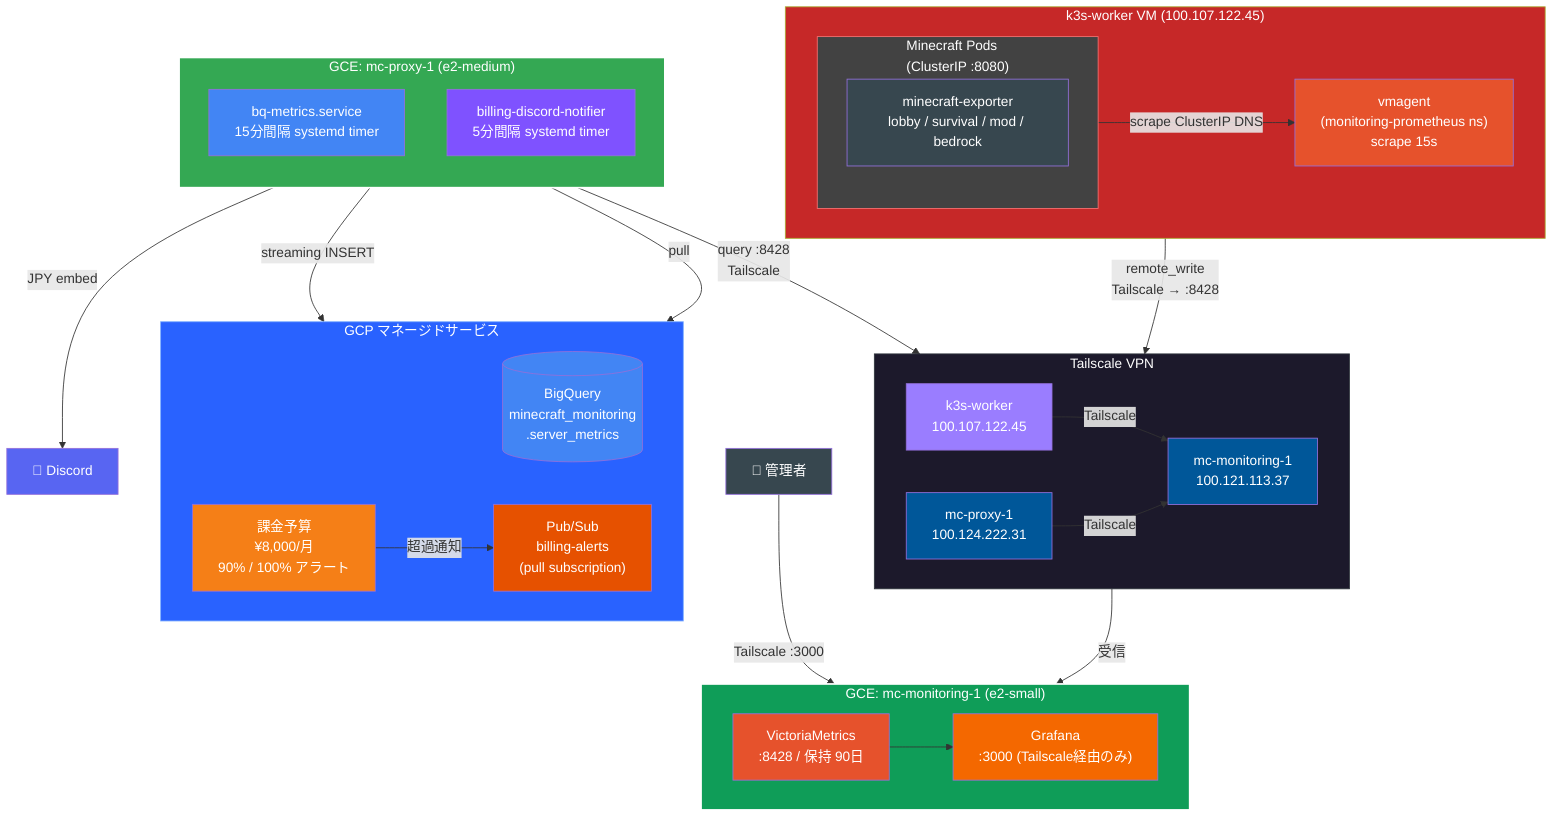
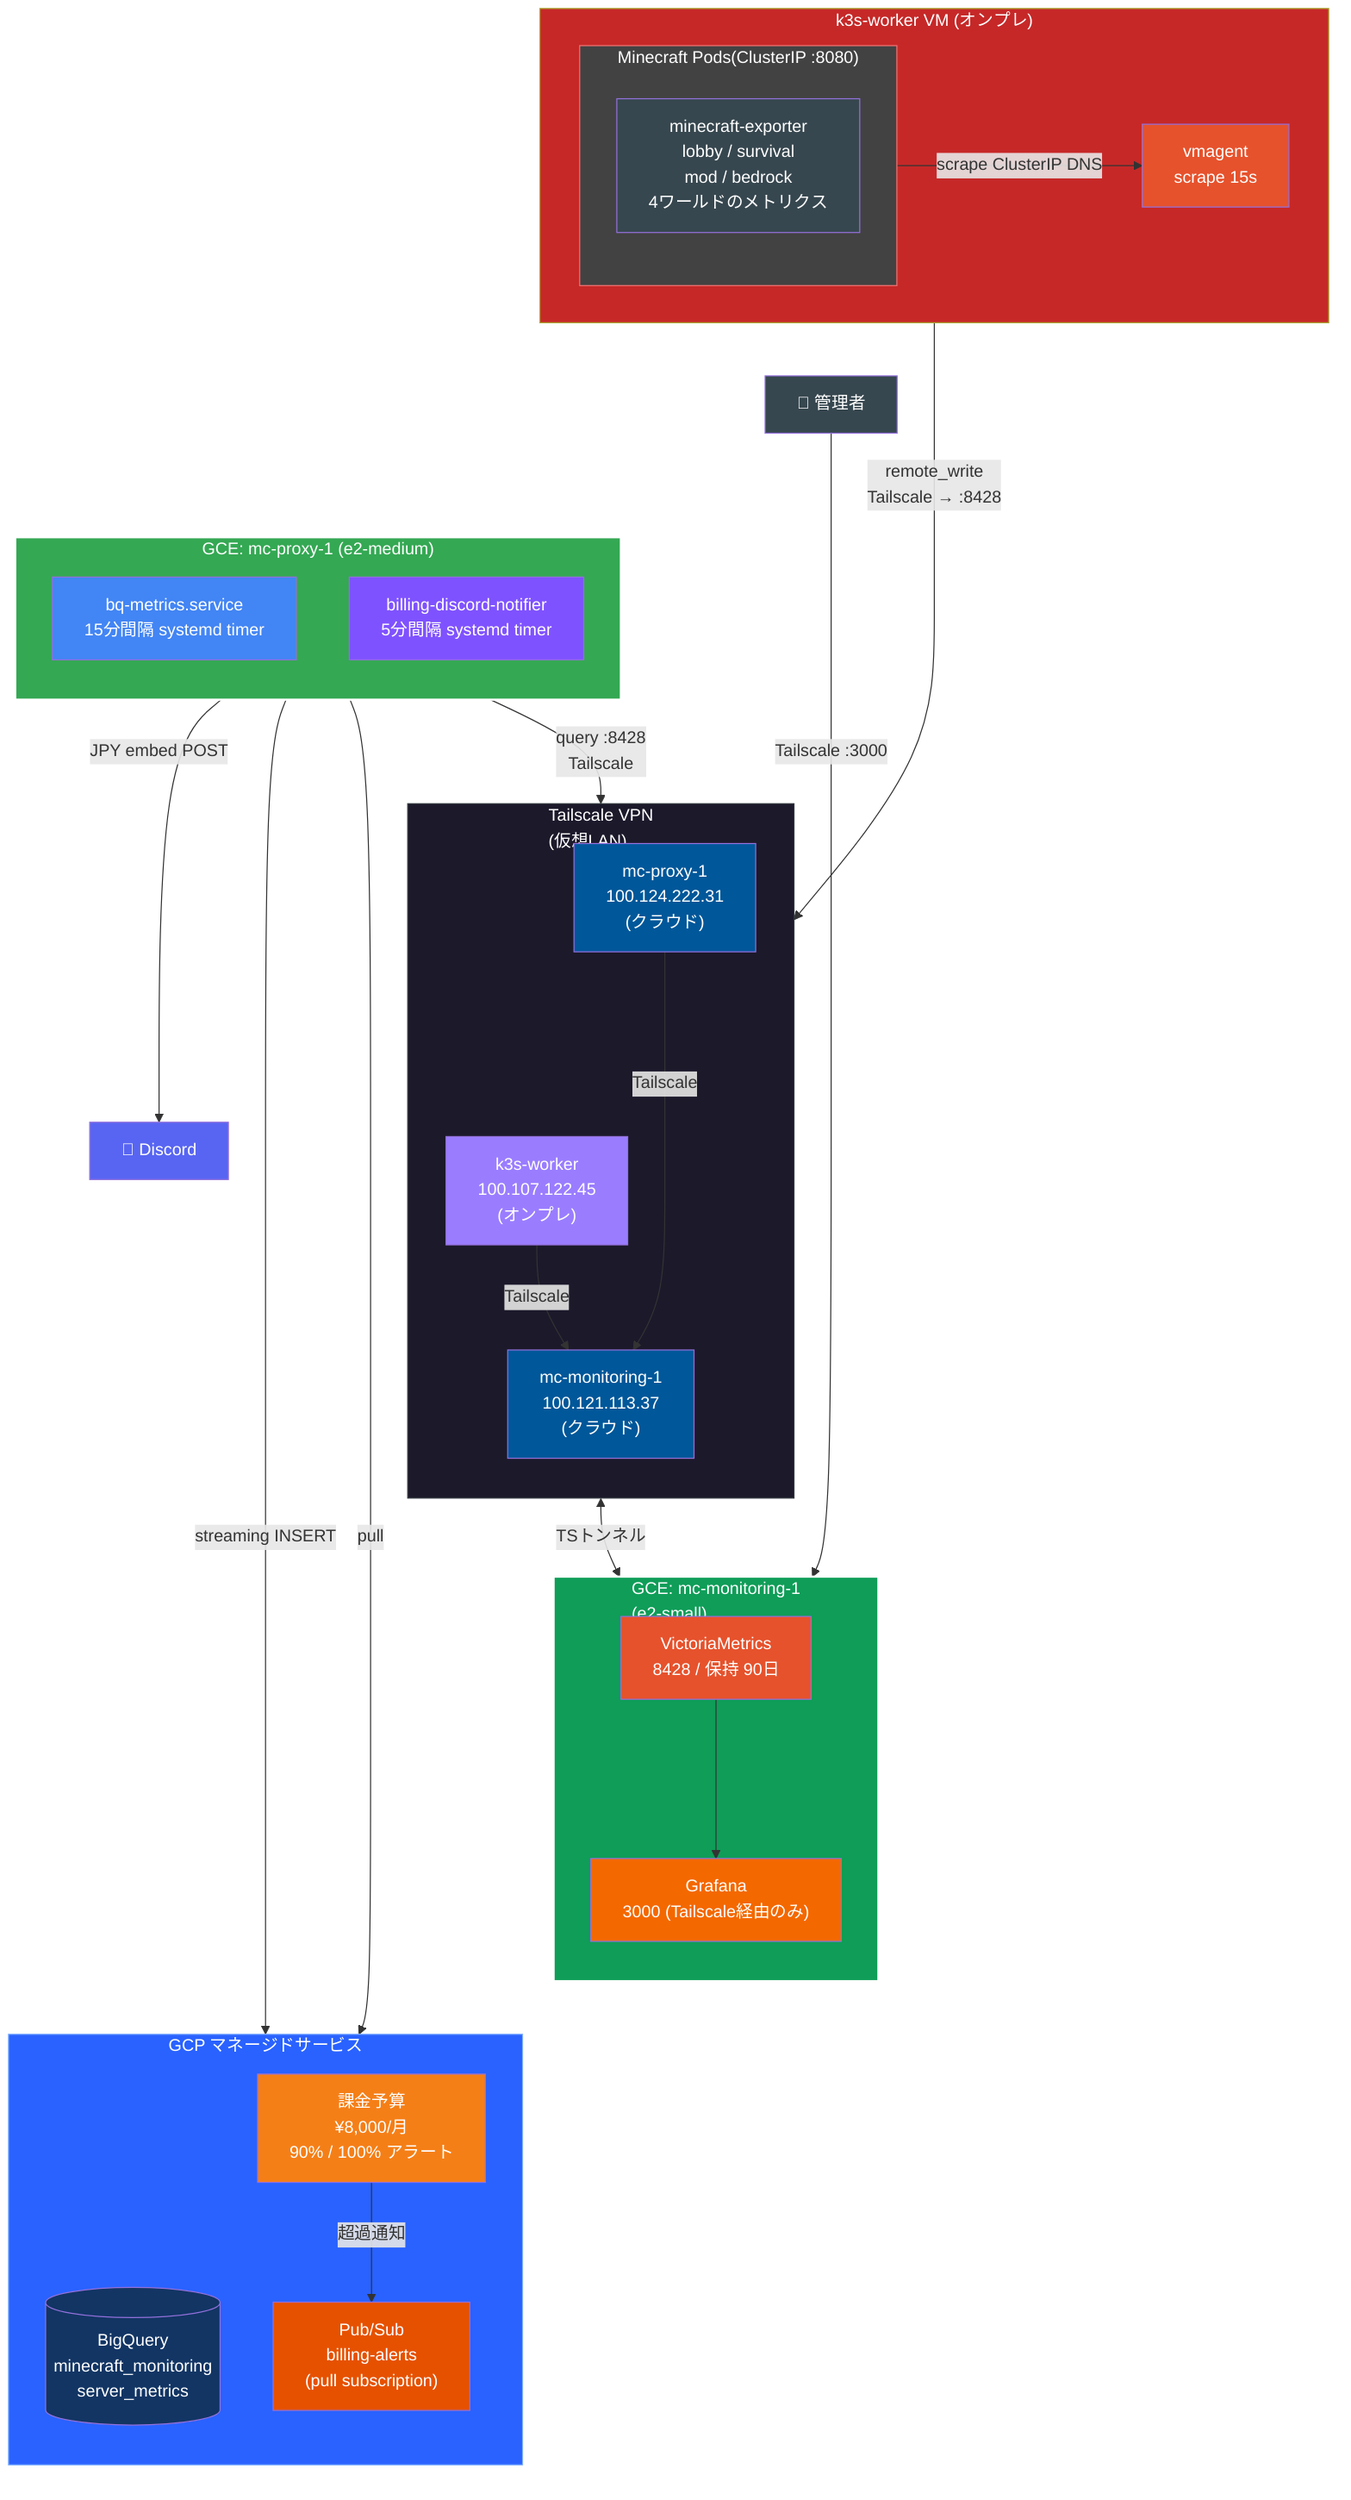
flowchart TD

-     subgraph K3s["k3s-worker VM (100.107.122.45)"]
+     subgraph K3s["k3s-worker VM (オンプレ)"]
        direction LR
-         subgraph MC_Pods["Minecraft Pods\n(ClusterIP :8080)"]
-             MC_Metrics["minecraft-exporter\nlobby / survival / mod / bedrock"]
+         subgraph MC_Pods["Minecraft Pods(ClusterIP :8080)"]
+             MC_Metrics["minecraft-exporter<br>lobby / survival <br> mod / bedrock<br>4ワールドのメトリクス"]
        end
-         VMAgent["vmagent\n(monitoring-prometheus ns)\nscrape 15s"]
+         VMAgent["vmagent<br>scrape 15s"]
        MC_Pods -->|"scrape ClusterIP DNS"| VMAgent
    end

-     subgraph TS["Tailscale VPN"]
-         direction LR
-         TS_K3s["k3s-worker\n100.107.122.45"]
-         TS_Mon["mc-monitoring-1\n100.121.113.37"]
-         TS_Proxy["mc-proxy-1\n100.124.222.31"]
+     subgraph TS["Tailscale VPN<br>(仮想LAN)"]
+         direction TB
+         TS_K3s["k3s-worker<br>100.107.122.45<br>(オンプレ)"]
+         TS_Mon["mc-monitoring-1<br>100.121.113.37<br>(クラウド)"]
+         TS_Proxy["mc-proxy-1<br>100.124.222.31<br>(クラウド)"]
    end

-     subgraph GCE_Mon["GCE: mc-monitoring-1 (e2-small)"]
-         direction LR
-         VM["VictoriaMetrics\n:8428 / 保持 90日"]
-         Grafana["Grafana\n:3000 (Tailscale経由のみ)"]
-         VM --> Grafana
+     subgraph GCE_Mon["GCE: mc-monitoring-1 <br>(e2-small)"]
+         direction TB
+         VM["VictoriaMetrics<br>8428 / 保持 90日"]
+         Grafana["Grafana<br>3000 (Tailscale経由のみ)"]
+         VM ---> Grafana
    end

    subgraph GCE_Proxy["GCE: mc-proxy-1 (e2-medium)"]
        direction TB
-         BQ_Job["bq-metrics.service\n15分間隔 systemd timer"]
-         Alert_Job["billing-discord-notifier\n5分間隔 systemd timer"]
+         BQ_Job["bq-metrics.service<br>15分間隔 systemd timer"]
+         Alert_Job["billing-discord-notifier<br>5分間隔 systemd timer"]
    end

    subgraph GCP_Svc["GCP マネージドサービス"]
-         direction LR
-         BQ[("BigQuery\nminecraft_monitoring\n.server_metrics")]
-         PubSub["Pub/Sub\nbilling-alerts\n(pull subscription)"]
-         Budget["課金予算\n¥8,000/月\n90% / 100% アラート"]
+         direction TB
+         BQ[("BigQuery<br>minecraft_monitoring<br>server_metrics")]
+         PubSub["Pub/Sub<br>billing-alerts<br>(pull subscription)"]
+         Budget["課金予算<br>¥8,000/月<br>90% / 100% アラート"]
    end

    Admin["🔧 管理者"]
    Discord["💬 Discord"]

    %% メトリクス収集フロー
-     VMAgent      -->|"remote_write\nTailscale → :8428"| TS_K3s
+     VMAgent      ---->|"remote_write<br>Tailscale → :8428"| TS_K3s
    TS_K3s       -->|"Tailscale"| TS_Mon
-     TS_Mon       -->|"受信"| VM
+     TS_Mon       <-->|"TSトンネル"| VM

    %% BQ 挿入フロー
-     BQ_Job       -->|"query :8428\nTailscale"| TS_Proxy
-     TS_Proxy     -->|"Tailscale"| TS_Mon
-     BQ_Job       -->|"streaming INSERT"| BQ
+     BQ_Job       -->|"query :8428<br>Tailscale"| TS_Proxy
+     TS_Proxy     ---->|"Tailscale"| TS_Mon
+     BQ_Job       ---->|"streaming INSERT"| BQ

    %% 課金アラートフロー
    Budget       -->|"超過通知"| PubSub
    Alert_Job    -->|"pull"| PubSub
-     Alert_Job    -->|"JPY embed"| Discord
+     Alert_Job    -->|"JPY embed POST"| Discord

    %% 管理者アクセス
-     Admin        -->|"Tailscale :3000"| Grafana
+     Admin        ---->|"Tailscale :3000"| Grafana

    style K3s        fill:#C62828,color:#fff
    style MC_Pods    fill:#424242,color:#fff,stroke:#f87171
    style MC_Metrics fill:#37474F,color:#fff
    style VMAgent    fill:#e6522c,color:#fff
    style TS         fill:#1C192B,color:#fff,stroke:#30363d
    style TS_K3s     fill:#9A7DFF,color:#fff
    style TS_Mon     fill:#005799,color:#fff
    style TS_Proxy   fill:#005799,color:#fff
    style GCE_Mon    fill:#0F9D58,color:#fff,stroke:#fff,stroke-width:2px
    style GCE_Proxy  fill:#34A853,color:#fff,stroke:#fff,stroke-width:2px
    style VM         fill:#e6522c,color:#fff
    style Grafana    fill:#f46800,color:#fff
    style BQ_Job     fill:#4285F4,color:#fff
    style Alert_Job  fill:#7F52FF,color:#fff
    style GCP_Svc    fill:#2962FF,color:#fff,stroke:#82B1FF
-     style BQ         fill:#4285F4,color:#fff
+     style BQ         fill:#123564,color:#fff
    style PubSub     fill:#E65100,color:#fff
    style Budget     fill:#F57F17,color:#fff
    style Admin      fill:#37474F,color:#fff
    style Discord    fill:#5865F2,color:#fff
